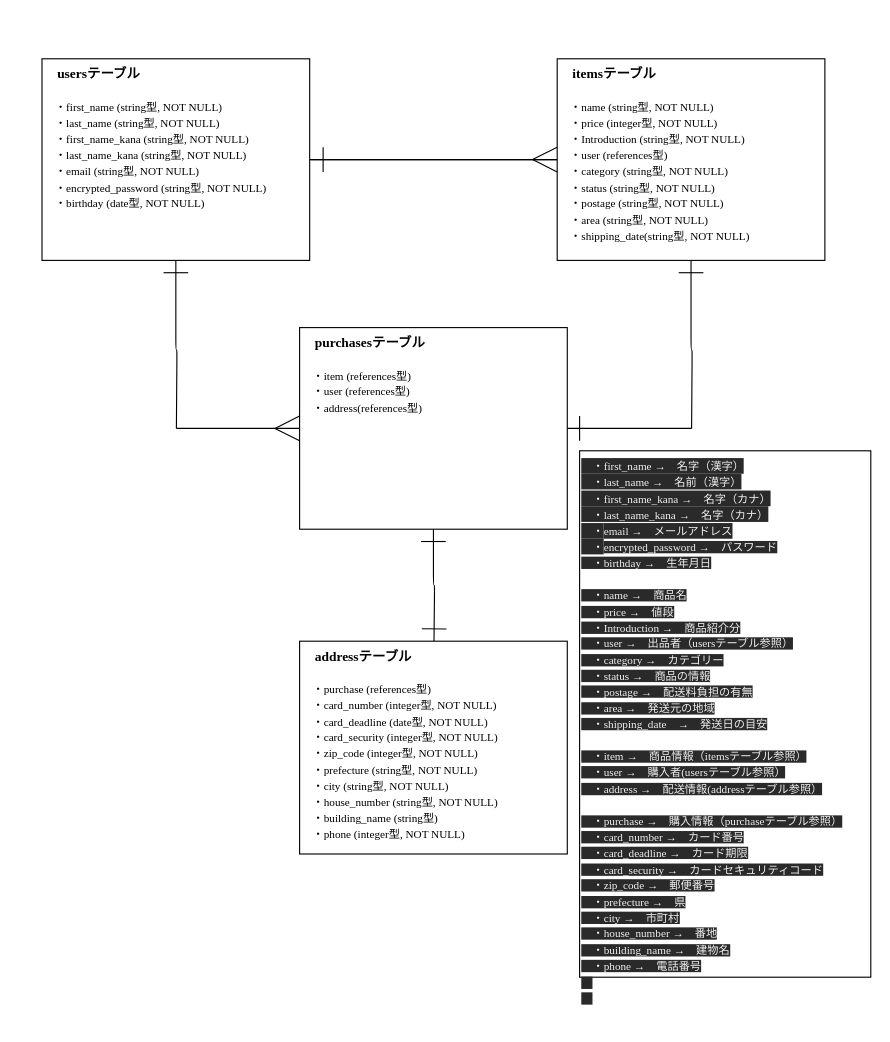
Above: er.dio in yoshidanoryota/furima-36392 (draw.io), before the change. Source tidied: cells renumbered, new cells numbered last; positions are measured from the earlier drawing's top-left corner, leaving out a move shared by most shapes. Both pictures are drawn from the tidied source at 112%, with x=0, y=0 at pixel (41, 58).
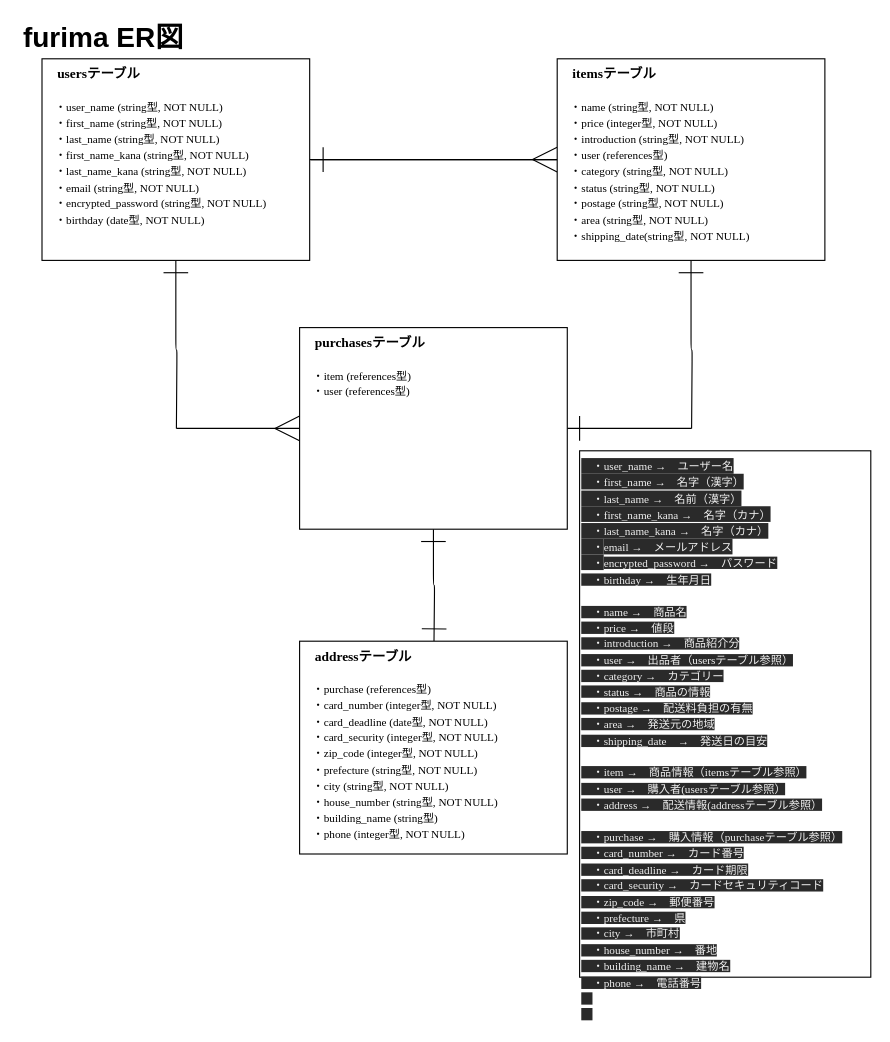
The same diagram, later.

The edit, as a diff of the source:
```diff
@@
 <mxGraphModel>
   <root>
     <mxCell id="0" />
     <mxCell id="1" parent="0" />
     <mxCell id="2" style="edgeStyle=orthogonalEdgeStyle;rounded=1;sketch=0;jettySize=auto;html=1;exitX=1;exitY=0.5;exitDx=0;exitDy=0;entryX=0;entryY=0.5;entryDx=0;entryDy=0;endSize=20;endArrow=ERmany;endFill=0;curved=1;" parent="1" edge="1" source="4" target="7">
       <mxGeometry relative="1" as="geometry" />
     </mxCell>
     <mxCell id="3" style="edgeStyle=orthogonalEdgeStyle;curved=0;rounded=1;sketch=0;jettySize=auto;html=1;exitX=0.5;exitY=1;exitDx=0;exitDy=0;endArrow=none;endFill=0;endSize=6;startSize=20;startArrow=ERone;startFill=0;" parent="1" edge="1" source="4">
       <mxGeometry relative="1" as="geometry">
         <mxPoint x="120" y="330" as="targetPoint" />
       </mxGeometry>
     </mxCell>
-    <mxCell id="4" value="&lt;font&gt;　&lt;font style=&quot;font-weight: bold ; font-size: 12px&quot;&gt;usersテーブル&lt;br&gt;&lt;/font&gt;&lt;font style=&quot;font-size: 10px&quot;&gt;　&lt;br&gt;　・first_name (string型, NOT NULL)&lt;br&gt;　・last_name (string型, NOT NULL)&lt;br&gt;　・first_name_kana (string型, NOT NULL)&lt;br&gt;　・last_name_kana (string型, NOT NULL)&lt;br&gt;　・&lt;/font&gt;&lt;/font&gt;&lt;font&gt;&lt;font style=&quot;font-size: 10px&quot;&gt;&lt;font style=&quot;font-size: 10px&quot;&gt;email (string型, NOT NULL)&lt;br&gt;&lt;/font&gt;　・&lt;/font&gt;&lt;/font&gt;&lt;font style=&quot;font-size: 10px&quot;&gt;encrypted_password (string型, NOT NULL)&lt;br&gt;　・birthday (date型, NOT NULL)&lt;br&gt;　&lt;br&gt;&lt;/font&gt;" style="rounded=0;whiteSpace=wrap;html=1;verticalAlign=top;align=left;fontFamily=Garamond;" parent="1" vertex="1">
+    <mxCell id="4" value="&lt;font&gt;　&lt;font style=&quot;font-weight: bold ; font-size: 12px&quot;&gt;usersテーブル&lt;br&gt;&lt;/font&gt;&lt;font style=&quot;font-size: 10px&quot;&gt;　&lt;br&gt;　・user_name (string型, NOT NULL)&lt;br&gt;　・first_name (string型, NOT NULL)&lt;br&gt;　・last_name (string型, NOT NULL)&lt;br&gt;　・first_name_kana (string型, NOT NULL)&lt;br&gt;　・last_name_kana (string型, NOT NULL)&lt;br&gt;　・&lt;/font&gt;&lt;/font&gt;&lt;font&gt;&lt;font style=&quot;font-size: 10px&quot;&gt;&lt;font style=&quot;font-size: 10px&quot;&gt;email (string型, NOT NULL)&lt;br&gt;&lt;/font&gt;　・&lt;/font&gt;&lt;/font&gt;&lt;font style=&quot;font-size: 10px&quot;&gt;encrypted_password (string型, NOT NULL)&lt;br&gt;　・birthday (date型, NOT NULL)&lt;br&gt;　&lt;br&gt;&lt;/font&gt;" style="rounded=0;whiteSpace=wrap;html=1;verticalAlign=top;align=left;fontFamily=Garamond;" parent="1" vertex="1">
       <mxGeometry width="239" height="180" as="geometry" />
     </mxCell>
     <mxCell id="5" style="edgeStyle=orthogonalEdgeStyle;rounded=1;sketch=0;jettySize=auto;html=1;exitX=0;exitY=0.5;exitDx=0;exitDy=0;endSize=20;endArrow=ERone;endFill=0;curved=1;" parent="1" edge="1" source="7">
       <mxGeometry relative="1" as="geometry">
         <mxPoint x="240" y="90" as="targetPoint" />
       </mxGeometry>
     </mxCell>
     <mxCell id="6" style="edgeStyle=orthogonalEdgeStyle;curved=0;rounded=1;sketch=0;jettySize=auto;html=1;exitX=0.5;exitY=1;exitDx=0;exitDy=0;endArrow=none;endFill=0;startSize=20;startArrow=ERone;startFill=0;" parent="1" edge="1" source="7">
       <mxGeometry relative="1" as="geometry">
         <mxPoint x="580" y="330" as="targetPoint" />
       </mxGeometry>
     </mxCell>
-    <mxCell id="7" value="&lt;font&gt;　&lt;b&gt;items&lt;/b&gt;&lt;font style=&quot;font-size: 12px&quot;&gt;&lt;b&gt;テーブル&lt;/b&gt;&lt;br&gt;&lt;/font&gt;&lt;font style=&quot;font-size: 10px&quot;&gt;　&lt;br&gt;　・name (string型, NOT NULL)&lt;br&gt;　・price (integer型, NOT NULL)&lt;br&gt;　・Introduction (string型, NOT NULL)&lt;br&gt;　・user (references型)&lt;br&gt;　・category&lt;/font&gt;&lt;/font&gt;&lt;font&gt;&lt;font style=&quot;font-size: 10px&quot;&gt;&lt;font style=&quot;font-size: 10px&quot;&gt;&amp;nbsp;(string型, NOT NULL)&lt;br&gt;&lt;/font&gt;　・status&lt;/font&gt;&lt;/font&gt;&lt;font style=&quot;font-size: 10px&quot;&gt;&amp;nbsp;(string型, NOT NULL)&lt;br&gt;　・postage (string型, NOT NULL)&lt;br&gt;　・area (string型, NOT NULL)&lt;br&gt;　・shipping_date(string型, NOT NULL)&lt;br&gt;　&lt;br&gt;　&lt;br&gt;　&lt;br&gt;&lt;/font&gt;" style="rounded=0;whiteSpace=wrap;html=1;verticalAlign=top;align=left;fontFamily=Garamond;" parent="1" vertex="1">
+    <mxCell id="7" value="&lt;font&gt;　&lt;b&gt;items&lt;/b&gt;&lt;font style=&quot;font-size: 12px&quot;&gt;&lt;b&gt;テーブル&lt;/b&gt;&lt;br&gt;&lt;/font&gt;&lt;font style=&quot;font-size: 10px&quot;&gt;　&lt;br&gt;　・name (string型, NOT NULL)&lt;br&gt;　・price (integer型, NOT NULL)&lt;br&gt;　・introduction (string型, NOT NULL)&lt;br&gt;　・user (references型)&lt;br&gt;　・category&lt;/font&gt;&lt;/font&gt;&lt;font&gt;&lt;font style=&quot;font-size: 10px&quot;&gt;&lt;font style=&quot;font-size: 10px&quot;&gt;&amp;nbsp;(string型, NOT NULL)&lt;br&gt;&lt;/font&gt;　・status&lt;/font&gt;&lt;/font&gt;&lt;font style=&quot;font-size: 10px&quot;&gt;&amp;nbsp;(string型, NOT NULL)&lt;br&gt;　・postage (string型, NOT NULL)&lt;br&gt;　・area (string型, NOT NULL)&lt;br&gt;　・shipping_date(string型, NOT NULL)&lt;br&gt;　&lt;br&gt;　&lt;br&gt;　&lt;br&gt;&lt;/font&gt;" style="rounded=0;whiteSpace=wrap;html=1;verticalAlign=top;align=left;fontFamily=Garamond;" parent="1" vertex="1">
       <mxGeometry x="460" width="239" height="180" as="geometry" />
     </mxCell>
     <mxCell id="8" style="edgeStyle=orthogonalEdgeStyle;curved=0;rounded=1;sketch=0;jettySize=auto;html=1;endArrow=none;endFill=0;startSize=20;endSize=20;startArrow=ERmany;startFill=0;" parent="1" edge="1" source="11">
       <mxGeometry relative="1" as="geometry">
         <mxPoint x="120" y="330" as="targetPoint" />
       </mxGeometry>
     </mxCell>
     <mxCell id="9" style="edgeStyle=orthogonalEdgeStyle;curved=0;rounded=1;sketch=0;jettySize=auto;html=1;exitX=1;exitY=0.5;exitDx=0;exitDy=0;startArrow=ERone;startFill=0;endArrow=none;endFill=0;startSize=20;" parent="1" edge="1" source="11">
       <mxGeometry relative="1" as="geometry">
         <mxPoint x="580" y="330" as="targetPoint" />
       </mxGeometry>
     </mxCell>
     <mxCell id="10" style="edgeStyle=orthogonalEdgeStyle;curved=0;rounded=1;sketch=0;jettySize=auto;html=1;exitX=0.5;exitY=1;exitDx=0;exitDy=0;startArrow=ERone;startFill=0;endArrow=ERone;endFill=0;startSize=20;endSize=20;" parent="1" edge="1" source="11">
       <mxGeometry relative="1" as="geometry">
         <mxPoint x="350" y="520" as="targetPoint" />
       </mxGeometry>
     </mxCell>
-    <mxCell id="11" value="&lt;font&gt;　&lt;b&gt;purchases&lt;/b&gt;&lt;font style=&quot;font-size: 12px&quot;&gt;&lt;b&gt;テーブル&lt;/b&gt;&lt;br&gt;&lt;/font&gt;&lt;font style=&quot;font-size: 10px&quot;&gt;　&lt;/font&gt;&lt;/font&gt;&lt;font&gt;&lt;font style=&quot;font-size: 10px&quot;&gt;&lt;font style=&quot;font-size: 10px&quot;&gt;&lt;br&gt;&lt;/font&gt;　&lt;/font&gt;&lt;/font&gt;&lt;font style=&quot;font-size: 10px&quot;&gt;・item (references型)&lt;br&gt;　・user (references型)&lt;br&gt;　・address(references型)&lt;br&gt;　&lt;br&gt;&lt;/font&gt;" style="rounded=0;whiteSpace=wrap;html=1;verticalAlign=top;align=left;fontFamily=Garamond;" parent="1" vertex="1">
+    <mxCell id="11" value="&lt;font&gt;　&lt;b&gt;purchases&lt;/b&gt;&lt;font style=&quot;font-size: 12px&quot;&gt;&lt;b&gt;テーブル&lt;/b&gt;&lt;br&gt;&lt;/font&gt;&lt;font style=&quot;font-size: 10px&quot;&gt;　&lt;/font&gt;&lt;/font&gt;&lt;font&gt;&lt;font style=&quot;font-size: 10px&quot;&gt;&lt;font style=&quot;font-size: 10px&quot;&gt;&lt;br&gt;&lt;/font&gt;　&lt;/font&gt;&lt;/font&gt;&lt;font style=&quot;font-size: 10px&quot;&gt;・item (references型)&lt;br&gt;　・user (references型)&lt;br&gt;　&lt;br&gt;　&lt;br&gt;&lt;/font&gt;" style="rounded=0;whiteSpace=wrap;html=1;verticalAlign=top;align=left;fontFamily=Garamond;" parent="1" vertex="1">
       <mxGeometry x="230" y="240" width="239" height="180" as="geometry" />
     </mxCell>
     <mxCell id="12" value="&lt;font&gt;　&lt;b&gt;&lt;font style=&quot;font-size: 12px&quot;&gt;address&lt;/font&gt;&lt;/b&gt;&lt;font style=&quot;font-size: 12px&quot;&gt;&lt;b&gt;テーブル&lt;/b&gt;&lt;br&gt;&lt;/font&gt;&lt;font style=&quot;font-size: 10px&quot;&gt;　&lt;/font&gt;&lt;/font&gt;&lt;font&gt;&lt;font style=&quot;font-size: 10px&quot;&gt;&lt;font style=&quot;font-size: 10px&quot;&gt;&lt;br&gt;&lt;/font&gt;　&lt;/font&gt;&lt;/font&gt;&lt;font style=&quot;font-size: 10px&quot;&gt;・purchase (references型)&lt;br&gt;　・card_number (integer型, NOT NULL)&lt;br&gt;　・card_deadline (date型, NOT NULL)&lt;br&gt;　・card_security (integer型, NOT NULL)&lt;br&gt;　・zip_code (integer型, NOT NULL)&lt;br&gt;　・prefecture (string型, NOT NULL)&lt;br&gt;　・city (string型, NOT NULL)&lt;br&gt;　・house_number (string型, NOT NULL)&lt;br&gt;　・building_name (string型)&lt;br&gt;　・phone (integer型, NOT NULL)&lt;br&gt;&lt;/font&gt;" style="rounded=0;whiteSpace=wrap;html=1;verticalAlign=top;align=left;fontFamily=Garamond;" parent="1" vertex="1">
       <mxGeometry x="230" y="520" width="239" height="190" as="geometry" />
     </mxCell>
-    <mxCell id="13" value="&lt;font style=&quot;color: rgb(240 , 240 , 240) ; font-family: &amp;#34;garamond&amp;#34; ; font-size: 12px ; font-style: normal ; font-weight: 400 ; letter-spacing: normal ; text-align: left ; text-indent: 0px ; text-transform: none ; word-spacing: 0px ; background-color: rgb(42 , 42 , 42)&quot;&gt;&lt;font style=&quot;font-size: 10px&quot;&gt;　・first_name →　名字（漢字）&lt;br&gt;　・last_name →　名前（漢字）&lt;br&gt;　・first_name_kana →　名字（カナ）&lt;br&gt;　・last_name_kana →　名字（カナ）&lt;br&gt;　・&lt;/font&gt;&lt;/font&gt;&lt;font style=&quot;color: rgb(240 , 240 , 240) ; font-family: &amp;#34;garamond&amp;#34; ; font-size: 12px ; font-style: normal ; font-weight: 400 ; letter-spacing: normal ; text-align: left ; text-indent: 0px ; text-transform: none ; word-spacing: 0px ; background-color: rgb(42 , 42 , 42)&quot;&gt;&lt;font style=&quot;font-size: 10px&quot;&gt;&lt;font style=&quot;font-size: 10px&quot;&gt;email →　メールアドレス&lt;br&gt;&lt;/font&gt;　・&lt;/font&gt;&lt;/font&gt;&lt;font style=&quot;color: rgb(240 , 240 , 240) ; font-family: &amp;#34;garamond&amp;#34; ; font-style: normal ; font-weight: 400 ; letter-spacing: normal ; text-align: left ; text-indent: 0px ; text-transform: none ; word-spacing: 0px ; background-color: rgb(42 , 42 , 42) ; font-size: 10px&quot;&gt;encrypted_password →　パスワード&lt;br&gt;　・birthday →　生年月日&lt;br&gt;&lt;br&gt;&lt;font style=&quot;font-family: &amp;#34;garamond&amp;#34; ; font-size: 12px&quot;&gt;&lt;font style=&quot;font-size: 10px&quot;&gt;　・name →　商品名&lt;br&gt;　・price →　値段&lt;br&gt;　・Introduction →　商品紹介分&lt;br&gt;　・user →　出品者（usersテーブル参照）&lt;br&gt;　・category&lt;/font&gt;&lt;/font&gt;&lt;font style=&quot;font-family: &amp;#34;garamond&amp;#34; ; font-size: 12px&quot;&gt;&lt;font style=&quot;font-size: 10px&quot;&gt;&amp;nbsp;→　カテゴリー&lt;br&gt;　・status&lt;/font&gt;&lt;/font&gt;&lt;font style=&quot;font-family: &amp;#34;garamond&amp;#34;&quot;&gt;&amp;nbsp;→　商品の情報&lt;br&gt;　・postage →　配送料負担の有無&lt;br&gt;　・area →　発送元の地域&lt;br&gt;　・shipping_date　→　発送日の目安&lt;br&gt;&lt;br&gt;　&lt;font style=&quot;font-family: &amp;#34;garamond&amp;#34;&quot;&gt;・item →　商品情報（itemsテーブル参照）&lt;br&gt;　・user →　購入者(usersテーブル参照）&lt;br&gt;　・address →　配送情報(addressテーブル参照）&lt;br&gt;&lt;br&gt;&lt;/font&gt;　&lt;font style=&quot;font-family: &amp;#34;garamond&amp;#34;&quot;&gt;・purchase →　購入情報（purchaseテーブル参照）&lt;br&gt;　・card_number →　カード番号&lt;br&gt;　・card_deadline →　カード期限&lt;br&gt;　・card_security →　カードセキュリティコード&lt;br&gt;　・zip_code →　郵便番号&lt;br&gt;　・prefecture →　県&lt;br&gt;　・city →　市町村&lt;br&gt;　・house_number →　番地&lt;br&gt;　・building_name →　建物名&lt;br&gt;　・phone →　電話番号&lt;/font&gt;&lt;br&gt;　&lt;br&gt;　&lt;/font&gt;&lt;br&gt;&lt;/font&gt;" style="rounded=0;whiteSpace=wrap;html=1;verticalAlign=top;align=left;fontFamily=Garamond;" parent="1" vertex="1">
+    <mxCell id="13" value="&lt;font style=&quot;color: rgb(240 , 240 , 240) ; font-family: &amp;#34;garamond&amp;#34; ; font-size: 12px ; font-style: normal ; font-weight: 400 ; letter-spacing: normal ; text-align: left ; text-indent: 0px ; text-transform: none ; word-spacing: 0px ; background-color: rgb(42 , 42 , 42)&quot;&gt;&lt;font style=&quot;font-size: 10px&quot;&gt;　・user_name →　ユーザー名&lt;br&gt;　・first_name →　名字（漢字）&lt;br&gt;　・last_name →　名前（漢字）&lt;br&gt;　・first_name_kana →　名字（カナ）&lt;br&gt;　・last_name_kana →　名字（カナ）&lt;br&gt;　・&lt;/font&gt;&lt;/font&gt;&lt;font style=&quot;color: rgb(240 , 240 , 240) ; font-family: &amp;#34;garamond&amp;#34; ; font-size: 12px ; font-style: normal ; font-weight: 400 ; letter-spacing: normal ; text-align: left ; text-indent: 0px ; text-transform: none ; word-spacing: 0px ; background-color: rgb(42 , 42 , 42)&quot;&gt;&lt;font style=&quot;font-size: 10px&quot;&gt;&lt;font style=&quot;font-size: 10px&quot;&gt;email →　メールアドレス&lt;br&gt;&lt;/font&gt;　・&lt;/font&gt;&lt;/font&gt;&lt;font style=&quot;color: rgb(240 , 240 , 240) ; font-family: &amp;#34;garamond&amp;#34; ; font-style: normal ; font-weight: 400 ; letter-spacing: normal ; text-align: left ; text-indent: 0px ; text-transform: none ; word-spacing: 0px ; background-color: rgb(42 , 42 , 42) ; font-size: 10px&quot;&gt;encrypted_password →　パスワード&lt;br&gt;　・birthday →　生年月日&lt;br&gt;&lt;br&gt;&lt;font style=&quot;font-family: &amp;#34;garamond&amp;#34; ; font-size: 12px&quot;&gt;&lt;font style=&quot;font-size: 10px&quot;&gt;　・name →　商品名&lt;br&gt;　・price →　値段&lt;br&gt;　・introduction →　商品紹介分&lt;br&gt;　・user →　出品者（usersテーブル参照）&lt;br&gt;　・category&lt;/font&gt;&lt;/font&gt;&lt;font style=&quot;font-family: &amp;#34;garamond&amp;#34; ; font-size: 12px&quot;&gt;&lt;font style=&quot;font-size: 10px&quot;&gt;&amp;nbsp;→　カテゴリー&lt;br&gt;　・status&lt;/font&gt;&lt;/font&gt;&lt;font style=&quot;font-family: &amp;#34;garamond&amp;#34;&quot;&gt;&amp;nbsp;→　商品の情報&lt;br&gt;　・postage →　配送料負担の有無&lt;br&gt;　・area →　発送元の地域&lt;br&gt;　・shipping_date　→　発送日の目安&lt;br&gt;&lt;br&gt;　&lt;font style=&quot;font-family: &amp;#34;garamond&amp;#34;&quot;&gt;・item →　商品情報（itemsテーブル参照）&lt;br&gt;　・user →　購入者(usersテーブル参照）&lt;br&gt;　・address →　配送情報(addressテーブル参照）&lt;br&gt;&lt;br&gt;&lt;/font&gt;　&lt;font style=&quot;font-family: &amp;#34;garamond&amp;#34;&quot;&gt;・purchase →　購入情報（purchaseテーブル参照）&lt;br&gt;　・card_number →　カード番号&lt;br&gt;　・card_deadline →　カード期限&lt;br&gt;　・card_security →　カードセキュリティコード&lt;br&gt;　・zip_code →　郵便番号&lt;br&gt;　・prefecture →　県&lt;br&gt;　・city →　市町村&lt;br&gt;　・house_number →　番地&lt;br&gt;　・building_name →　建物名&lt;br&gt;　・phone →　電話番号&lt;/font&gt;&lt;br&gt;　&lt;br&gt;　&lt;/font&gt;&lt;br&gt;&lt;/font&gt;" style="rounded=0;whiteSpace=wrap;html=1;verticalAlign=top;align=left;fontFamily=Garamond;" parent="1" vertex="1">
       <mxGeometry x="480" y="350" width="260" height="470" as="geometry" />
     </mxCell>
+    <mxCell id="14" value="furima ER図" style="text;html=1;strokeColor=none;fillColor=none;align=center;verticalAlign=middle;whiteSpace=wrap;rounded=0;sketch=0;fontStyle=1;fontSize=25;" parent="1" vertex="1">
+      <mxGeometry x="-20" y="-30" width="150" height="20" as="geometry" />
+    </mxCell>
   </root>
 </mxGraphModel>
```
